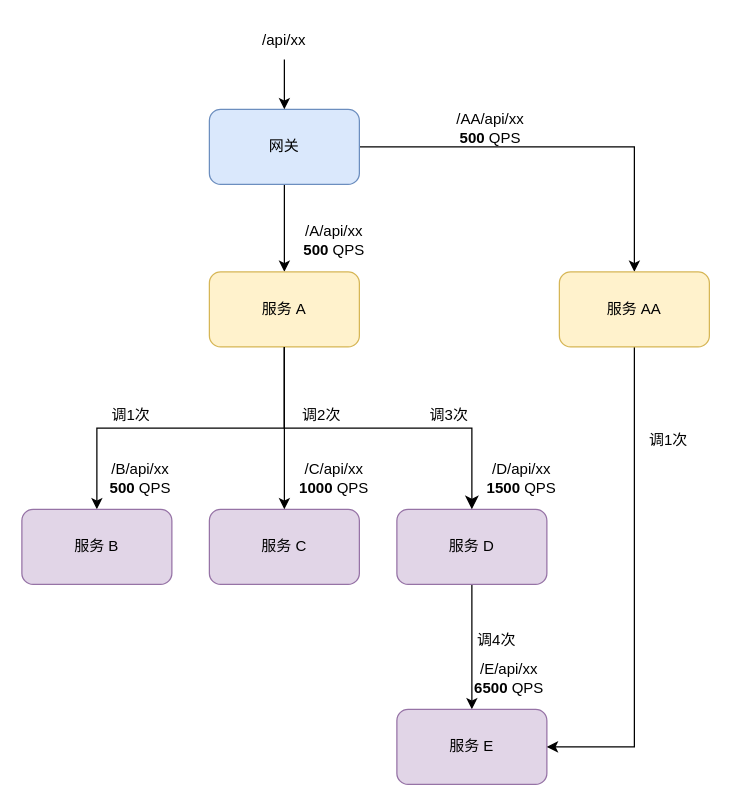
Earlier version of the draw.io diagram im/业务系统高可用-性能优化1.drawio (novayoung/draw). Source tidied: cells renumbered, new cells numbered last; positions are measured from the earlier drawing's top-left corner, leaving out a move shared by most shapes. Both pictures are drawn from the tidied source at 125%, with x=0, y=0 at pixel (21, 21).
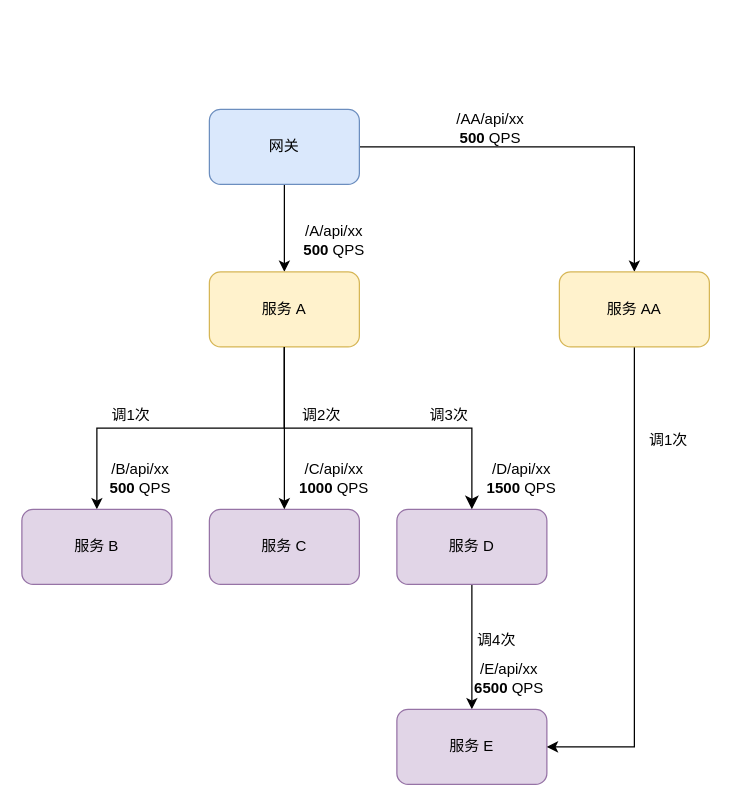
The same diagram, later.

Commit message:
更新业务系统高可用-性能优化1.drawio

The change refers to these unchanged cells:
```xml
<mxCell id="4" value="网关" style="rounded=1;whiteSpace=wrap;html=1;fillColor=#dae8fc;strokeColor=#6c8ebf;" parent="1" vertex="1">
  <mxGeometry x="150" y="70" width="120" height="60" as="geometry" />
</mxCell>
```

Change to the diagram source:
```diff
@@
-    <mxCell id="8" style="endArrow=classic;html=1;rounded=0;entryX=0.5;entryY=0;entryDx=0;entryDy=0;startArrow=none;exitX=0.5;exitY=1;exitDx=0;exitDy=0;" parent="1" edge="1" source="9" target="4">
-      <mxGeometry relative="1" as="geometry" />
-    </mxCell>
-    <mxCell id="9" value="/api/xx" style="text;html=1;strokeColor=none;fillColor=none;align=center;verticalAlign=middle;whiteSpace=wrap;rounded=0;" parent="1" vertex="1">
-      <mxGeometry x="180" width="60" height="30" as="geometry" />
-    </mxCell>
```
